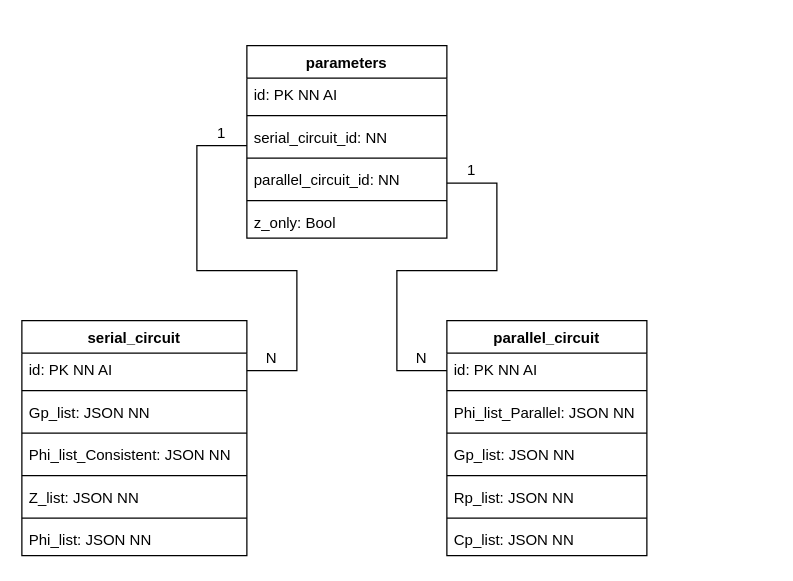
HeisPovedim/diplom-P419-E7-30 keeps this draw.io diagram as Documentation/Oleg/Charts/ER Диаграмма.drawio. Above is the earlier version. Source tidied: cells renumbered, new cells numbered last; positions are measured from the earlier drawing's top-left corner, leaving out a move shared by most shapes. Both pictures are drawn from the tidied source at 125%, with x=0, y=0 at pixel (21, 45).
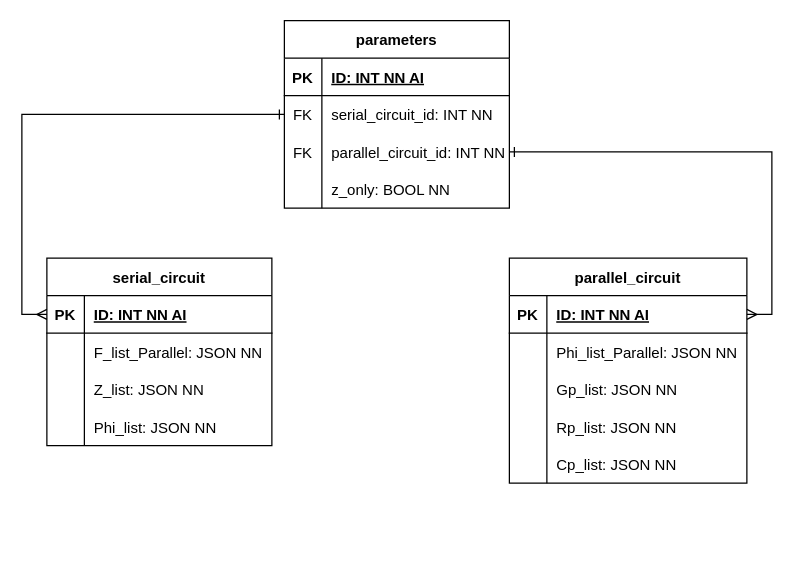
The same page after the edit.

Change to the diagram source:
```diff
@@
+    <mxCell id="22" value="parameters" style="shape=table;startSize=30;childLayout=tableLayout;rowLines=0;fontStyle=1;align=center;" parent="1" vertex="1">
+      <mxGeometry x="210" y="-20" width="180" height="150" as="geometry" />
+    </mxCell>
+    <mxCell id="36" style="shape=tableRow;horizontal=0;startSize=0;swimlaneHead=0;swimlaneBody=0;fillColor=none;top=0;left=0;right=0;bottom=1;" parent="22" vertex="1">
+      <mxGeometry y="30" width="180" height="30" as="geometry" />
+    </mxCell>
+    <mxCell id="37" value="PK" style="shape=partialRectangle;fillColor=none;top=0;left=0;bottom=0;right=0;fontStyle=1;overflow=hidden;" parent="36" vertex="1">
+      <mxGeometry width="30" height="30" as="geometry" />
+    </mxCell>
+    <mxCell id="38" value="ID: INT NN AI" style="shape=partialRectangle;fillColor=none;top=0;left=0;bottom=0;right=0;align=left;spacingLeft=6;fontStyle=5;overflow=hidden;" parent="36" vertex="1">
+      <mxGeometry x="30" width="150" height="30" as="geometry" />
+    </mxCell>
+    <mxCell id="39" style="shape=tableRow;horizontal=0;startSize=0;swimlaneHead=0;swimlaneBody=0;fillColor=none;points=[[0,0.5],[1,0.5]];portConstraint=eastwest;top=0;left=0;right=0;bottom=0;" parent="22" vertex="1">
+      <mxGeometry y="60" width="180" height="30" as="geometry" />
+    </mxCell>
+    <mxCell id="40" value="FK" style="shape=partialRectangle;fillColor=none;top=0;left=0;bottom=0;right=0;overflow=hidden;" parent="39" vertex="1">
+      <mxGeometry width="30" height="30" as="geometry" />
+    </mxCell>
+    <mxCell id="41" value="serial_circuit_id: INT NN" style="shape=partialRectangle;fillColor=none;top=0;left=0;bottom=0;right=0;align=left;spacingLeft=6;overflow=hidden;" parent="39" vertex="1">
+      <mxGeometry x="30" width="150" height="30" as="geometry" />
+    </mxCell>
+    <mxCell id="42" style="shape=tableRow;horizontal=0;startSize=0;swimlaneHead=0;swimlaneBody=0;fillColor=none;points=[[0,0.5],[1,0.5]];portConstraint=eastwest;top=0;left=0;right=0;bottom=0;" parent="22" vertex="1">
+      <mxGeometry y="90" width="180" height="30" as="geometry" />
+    </mxCell>
+    <mxCell id="43" value="FK" style="shape=partialRectangle;fillColor=none;top=0;left=0;bottom=0;right=0;overflow=hidden;" parent="42" vertex="1">
+      <mxGeometry width="30" height="30" as="geometry" />
+    </mxCell>
+    <mxCell id="44" value="parallel_circuit_id: INT NN" style="shape=partialRectangle;fillColor=none;top=0;left=0;bottom=0;right=0;align=left;spacingLeft=6;overflow=hidden;" parent="42" vertex="1">
+      <mxGeometry x="30" width="150" height="30" as="geometry" />
+    </mxCell>
+    <mxCell id="45" style="shape=tableRow;horizontal=0;startSize=0;swimlaneHead=0;swimlaneBody=0;fillColor=none;top=0;left=0;right=0;bottom=0;" parent="22" vertex="1">
+      <mxGeometry y="120" width="180" height="30" as="geometry" />
+    </mxCell>
+    <mxCell id="46" style="shape=partialRectangle;fillColor=none;top=0;left=0;bottom=0;right=0;overflow=hidden;" parent="45" vertex="1">
+      <mxGeometry width="30" height="30" as="geometry" />
+    </mxCell>
+    <mxCell id="47" value="z_only: BOOL NN" style="shape=partialRectangle;fillColor=none;top=0;left=0;bottom=0;right=0;align=left;spacingLeft=6;overflow=hidden;" parent="45" vertex="1">
+      <mxGeometry x="30" width="150" height="30" as="geometry" />
+    </mxCell>
+    <mxCell id="12" value="parallel_circuit" style="shape=table;startSize=30;childLayout=tableLayout;rowLines=0;fontStyle=1;align=center;" parent="1" vertex="1">
+      <mxGeometry x="390" y="170" width="190" height="180" as="geometry" />
+    </mxCell>
+    <mxCell id="48" style="shape=tableRow;horizontal=0;startSize=0;swimlaneHead=0;swimlaneBody=0;fillColor=none;points=[[0,0.5],[1,0.5]];portConstraint=eastwest;top=0;left=0;right=0;bottom=1;" parent="12" vertex="1">
+      <mxGeometry y="30" width="190" height="30" as="geometry" />
+    </mxCell>
+    <mxCell id="49" value="PK" style="shape=partialRectangle;fillColor=none;top=0;left=0;bottom=0;right=0;fontStyle=1;overflow=hidden;" parent="48" vertex="1">
+      <mxGeometry width="30" height="30" as="geometry" />
+    </mxCell>
+    <mxCell id="50" value="ID: INT NN AI" style="shape=partialRectangle;fillColor=none;top=0;left=0;bottom=0;right=0;align=left;spacingLeft=6;fontStyle=5;overflow=hidden;" parent="48" vertex="1">
+      <mxGeometry x="30" width="160" height="30" as="geometry" />
+    </mxCell>
+    <mxCell id="51" style="shape=tableRow;horizontal=0;startSize=0;swimlaneHead=0;swimlaneBody=0;fillColor=none;top=0;left=0;right=0;bottom=0;" parent="12" vertex="1">
+      <mxGeometry y="60" width="190" height="30" as="geometry" />
+    </mxCell>
+    <mxCell id="52" style="shape=partialRectangle;fillColor=none;top=0;left=0;bottom=0;right=0;overflow=hidden;" parent="51" vertex="1">
+      <mxGeometry width="30" height="30" as="geometry" />
+    </mxCell>
+    <mxCell id="15" value="Phi_list_Parallel: JSON NN" style="shape=partialRectangle;fillColor=none;top=0;left=0;bottom=0;right=0;align=left;spacingLeft=6;overflow=hidden;" parent="51" vertex="1">
+      <mxGeometry x="30" width="160" height="30" as="geometry" />
+    </mxCell>
+    <mxCell id="53" style="shape=tableRow;horizontal=0;startSize=0;swimlaneHead=0;swimlaneBody=0;fillColor=none;top=0;left=0;right=0;bottom=0;" parent="12" vertex="1">
+      <mxGeometry y="90" width="190" height="30" as="geometry" />
+    </mxCell>
+    <mxCell id="54" style="shape=partialRectangle;fillColor=none;top=0;left=0;bottom=0;right=0;overflow=hidden;" parent="53" vertex="1">
+      <mxGeometry width="30" height="30" as="geometry" />
+    </mxCell>
+    <mxCell id="55" value="Gp_list: JSON NN" style="shape=partialRectangle;fillColor=none;top=0;left=0;bottom=0;right=0;align=left;spacingLeft=6;overflow=hidden;" parent="53" vertex="1">
+      <mxGeometry x="30" width="160" height="30" as="geometry" />
+    </mxCell>
+    <mxCell id="56" style="shape=tableRow;horizontal=0;startSize=0;swimlaneHead=0;swimlaneBody=0;fillColor=none;top=0;left=0;right=0;bottom=0;" parent="12" vertex="1">
+      <mxGeometry y="120" width="190" height="30" as="geometry" />
+    </mxCell>
+    <mxCell id="57" style="shape=partialRectangle;fillColor=none;top=0;left=0;bottom=0;right=0;overflow=hidden;" parent="56" vertex="1">
+      <mxGeometry width="30" height="30" as="geometry" />
+    </mxCell>
+    <mxCell id="19" value="Rp_list: JSON NN" style="shape=partialRectangle;fillColor=none;top=0;left=0;bottom=0;right=0;align=left;spacingLeft=6;overflow=hidden;" parent="56" vertex="1">
+      <mxGeometry x="30" width="160" height="30" as="geometry" />
+    </mxCell>
+    <mxCell id="58" style="shape=tableRow;horizontal=0;startSize=0;swimlaneHead=0;swimlaneBody=0;fillColor=none;top=0;left=0;right=0;bottom=0;" parent="12" vertex="1">
+      <mxGeometry y="150" width="190" height="30" as="geometry" />
+    </mxCell>
+    <mxCell id="59" style="shape=partialRectangle;fillColor=none;top=0;left=0;bottom=0;right=0;overflow=hidden;" parent="58" vertex="1">
+      <mxGeometry width="30" height="30" as="geometry" />
+    </mxCell>
+    <mxCell id="21" value="Cp_list: JSON NN" style="shape=partialRectangle;fillColor=none;top=0;left=0;bottom=0;right=0;align=left;spacingLeft=6;overflow=hidden;" parent="58" vertex="1">
+      <mxGeometry x="30" width="160" height="30" as="geometry" />
+    </mxCell>
-    <mxCell id="2" value="serial_circuit" style="swimlane;fontStyle=1;align=center;verticalAlign=top;horizontal=1;startSize=26;whiteSpace=wrap;html=1;" parent="1" vertex="1">
-      <mxGeometry y="220" width="180" height="188" as="geometry" />
+    <mxCell id="2" value="serial_circuit" style="shape=table;startSize=30;childLayout=tableLayout;rowLines=0;fontStyle=1;align=center;" parent="1" vertex="1">
+      <mxGeometry x="20" y="170" width="180" height="150" as="geometry" />
     </mxCell>
-    <mxCell id="3" value="id: PK NN AI" style="text;align=left;verticalAlign=top;spacingLeft=4;spacingRight=4;overflow=hidden;points=[[0,0.5],[1,0.5]];portConstraint=eastwest;whiteSpace=wrap;html=1;" parent="2" vertex="1">
-      <mxGeometry y="26" width="180" height="26" as="geometry" />
-    </mxCell>
-    <mxCell id="4" style="line;strokeWidth=1;align=left;verticalAlign=middle;spacingTop=-1;spacingLeft=3;spacingRight=3;labelPosition=right;" parent="2" vertex="1">
-      <mxGeometry y="52" width="180" height="8" as="geometry" />
-    </mxCell>
-    <mxCell id="5" value="Gp_list: JSON NN" style="text;align=left;verticalAlign=top;spacingLeft=4;spacingRight=4;overflow=hidden;whiteSpace=wrap;html=1;" parent="2" vertex="1">
-      <mxGeometry y="60" width="180" height="26" as="geometry" />
-    </mxCell>
-    <mxCell id="6" style="line;strokeWidth=1;align=left;verticalAlign=middle;spacingTop=-1;spacingLeft=3;spacingRight=3;labelPosition=right;" parent="2" vertex="1">
-      <mxGeometry y="86" width="180" height="8" as="geometry" />
-    </mxCell>
-    <mxCell id="7" value="Phi_list_Consistent: JSON&amp;nbsp;NN" style="text;align=left;verticalAlign=top;spacingLeft=4;spacingRight=4;overflow=hidden;whiteSpace=wrap;html=1;" parent="2" vertex="1">
-      <mxGeometry y="94" width="180" height="26" as="geometry" />
-    </mxCell>
-    <mxCell id="8" style="line;strokeWidth=1;align=left;verticalAlign=middle;spacingTop=-1;spacingLeft=3;spacingRight=3;labelPosition=right;" parent="2" vertex="1">
-      <mxGeometry y="120" width="180" height="8" as="geometry" />
-    </mxCell>
+    <mxCell id="60" style="shape=tableRow;horizontal=0;startSize=0;swimlaneHead=0;swimlaneBody=0;fillColor=none;points=[[0,0.5],[1,0.5]];portConstraint=eastwest;top=0;left=0;right=0;bottom=1;" parent="2" vertex="1">
+      <mxGeometry y="30" width="180" height="30" as="geometry" />
+    </mxCell>
+    <mxCell id="61" value="PK" style="shape=partialRectangle;fillColor=none;top=0;left=0;bottom=0;right=0;fontStyle=1;overflow=hidden;" parent="60" vertex="1">
+      <mxGeometry width="30" height="30" as="geometry" />
+    </mxCell>
+    <mxCell id="62" value="ID: INT NN AI" style="shape=partialRectangle;fillColor=none;top=0;left=0;bottom=0;right=0;align=left;spacingLeft=6;fontStyle=5;overflow=hidden;" parent="60" vertex="1">
+      <mxGeometry x="30" width="150" height="30" as="geometry" />
+    </mxCell>
+    <mxCell id="63" style="shape=tableRow;horizontal=0;startSize=0;swimlaneHead=0;swimlaneBody=0;fillColor=none;top=0;left=0;right=0;bottom=0;" parent="2" vertex="1">
+      <mxGeometry y="60" width="180" height="30" as="geometry" />
+    </mxCell>
+    <mxCell id="64" style="shape=partialRectangle;fillColor=none;top=0;left=0;bottom=0;right=0;overflow=hidden;" parent="63" vertex="1">
+      <mxGeometry width="30" height="30" as="geometry" />
+    </mxCell>
+    <mxCell id="65" value="F_list_Parallel: JSON NN" style="shape=partialRectangle;fillColor=none;top=0;left=0;bottom=0;right=0;align=left;spacingLeft=6;overflow=hidden;" parent="63" vertex="1">
+      <mxGeometry x="30" width="150" height="30" as="geometry" />
+    </mxCell>
+    <mxCell id="66" style="shape=tableRow;horizontal=0;startSize=0;swimlaneHead=0;swimlaneBody=0;fillColor=none;top=0;left=0;right=0;bottom=0;" parent="2" vertex="1">
+      <mxGeometry y="90" width="180" height="30" as="geometry" />
+    </mxCell>
+    <mxCell id="67" style="shape=partialRectangle;fillColor=none;top=0;left=0;bottom=0;right=0;overflow=hidden;" parent="66" vertex="1">
+      <mxGeometry width="30" height="30" as="geometry" />
+    </mxCell>
-    <mxCell id="9" value="Z_list: JSON&amp;nbsp;NN" style="text;align=left;verticalAlign=top;spacingLeft=4;spacingRight=4;overflow=hidden;whiteSpace=wrap;html=1;" parent="2" vertex="1">
-      <mxGeometry y="128" width="180" height="26" as="geometry" />
+    <mxCell id="9" value="Z_list: JSON NN" style="shape=partialRectangle;fillColor=none;top=0;left=0;bottom=0;right=0;align=left;spacingLeft=6;overflow=hidden;" parent="66" vertex="1">
+      <mxGeometry x="30" width="150" height="30" as="geometry" />
     </mxCell>
-    <mxCell id="10" style="line;strokeWidth=1;align=left;verticalAlign=middle;spacingTop=-1;spacingLeft=3;spacingRight=3;labelPosition=right;" parent="2" vertex="1">
-      <mxGeometry y="154" width="180" height="8" as="geometry" />
-    </mxCell>
+    <mxCell id="68" style="shape=tableRow;horizontal=0;startSize=0;swimlaneHead=0;swimlaneBody=0;fillColor=none;top=0;left=0;right=0;bottom=0;" parent="2" vertex="1">
+      <mxGeometry y="120" width="180" height="30" as="geometry" />
+    </mxCell>
+    <mxCell id="69" style="shape=partialRectangle;fillColor=none;top=0;left=0;bottom=0;right=0;overflow=hidden;" parent="68" vertex="1">
+      <mxGeometry width="30" height="30" as="geometry" />
+    </mxCell>
-    <mxCell id="11" value="Phi_list: JSON&amp;nbsp;NN" style="text;align=left;verticalAlign=top;spacingLeft=4;spacingRight=4;overflow=hidden;whiteSpace=wrap;html=1;" parent="2" vertex="1">
-      <mxGeometry y="162" width="180" height="26" as="geometry" />
+    <mxCell id="11" value="Phi_list: JSON NN" style="shape=partialRectangle;fillColor=none;top=0;left=0;bottom=0;right=0;align=left;spacingLeft=6;overflow=hidden;" parent="68" vertex="1">
+      <mxGeometry x="30" width="150" height="30" as="geometry" />
     </mxCell>
-    <mxCell id="12" value="parallel_circuit" style="swimlane;fontStyle=1;align=center;verticalAlign=top;horizontal=1;startSize=26;whiteSpace=wrap;html=1;" parent="1" vertex="1">
-      <mxGeometry x="340" y="220" width="160" height="188" as="geometry" />
-    </mxCell>
-    <mxCell id="13" value="id: PK NN AI" style="text;align=left;verticalAlign=top;spacingLeft=4;spacingRight=4;overflow=hidden;whiteSpace=wrap;html=1;" parent="12" vertex="1">
-      <mxGeometry y="26" width="160" height="26" as="geometry" />
-    </mxCell>
-    <mxCell id="14" style="line;strokeWidth=1;align=left;verticalAlign=middle;spacingTop=-1;spacingLeft=3;spacingRight=3;labelPosition=right;" parent="12" vertex="1">
-      <mxGeometry y="52" width="160" height="8" as="geometry" />
-    </mxCell>
-    <mxCell id="15" value="Phi_list_Parallel: JSON&amp;nbsp;NN" style="text;align=left;verticalAlign=top;spacingLeft=4;spacingRight=4;overflow=hidden;whiteSpace=wrap;html=1;" parent="12" vertex="1">
-      <mxGeometry y="60" width="160" height="26" as="geometry" />
-    </mxCell>
-    <mxCell id="16" style="line;strokeWidth=1;align=left;verticalAlign=middle;spacingTop=-1;spacingLeft=3;spacingRight=3;labelPosition=right;" parent="12" vertex="1">
-      <mxGeometry y="86" width="160" height="8" as="geometry" />
-    </mxCell>
-    <mxCell id="17" value="Gp_list: JSON NN" style="text;align=left;verticalAlign=top;spacingLeft=4;spacingRight=4;overflow=hidden;whiteSpace=wrap;html=1;" parent="12" vertex="1">
-      <mxGeometry y="94" width="160" height="26" as="geometry" />
-    </mxCell>
-    <mxCell id="18" style="line;strokeWidth=1;align=left;verticalAlign=middle;spacingTop=-1;spacingLeft=3;spacingRight=3;labelPosition=right;" parent="12" vertex="1">
-      <mxGeometry y="120" width="160" height="8" as="geometry" />
-    </mxCell>
-    <mxCell id="19" value="Rp_list: JSON&amp;nbsp;NN" style="text;align=left;verticalAlign=top;spacingLeft=4;spacingRight=4;overflow=hidden;whiteSpace=wrap;html=1;" parent="12" vertex="1">
-      <mxGeometry y="128" width="160" height="26" as="geometry" />
-    </mxCell>
-    <mxCell id="20" style="line;strokeWidth=1;align=left;verticalAlign=middle;spacingTop=-1;spacingLeft=3;spacingRight=3;labelPosition=right;" parent="12" vertex="1">
-      <mxGeometry y="154" width="160" height="8" as="geometry" />
-    </mxCell>
-    <mxCell id="21" value="Cp_list: JSON&amp;nbsp;NN" style="text;align=left;verticalAlign=top;spacingLeft=4;spacingRight=4;overflow=hidden;whiteSpace=wrap;html=1;" parent="12" vertex="1">
-      <mxGeometry y="162" width="160" height="26" as="geometry" />
-    </mxCell>
-    <mxCell id="22" value="parameters" style="swimlane;fontStyle=1;align=center;verticalAlign=top;horizontal=1;startSize=26;whiteSpace=wrap;html=1;" parent="1" vertex="1">
-      <mxGeometry x="180" width="160" height="154" as="geometry" />
-    </mxCell>
-    <mxCell id="23" value="id: PK NN AI" style="text;align=left;verticalAlign=top;spacingLeft=4;spacingRight=4;overflow=hidden;whiteSpace=wrap;html=1;" parent="22" vertex="1">
-      <mxGeometry y="26" width="160" height="26" as="geometry" />
-    </mxCell>
-    <mxCell id="24" style="line;strokeWidth=1;align=left;verticalAlign=middle;spacingTop=-1;spacingLeft=3;spacingRight=3;labelPosition=right;" parent="22" vertex="1">
-      <mxGeometry y="52" width="160" height="8" as="geometry" />
-    </mxCell>
-    <mxCell id="25" value="serial_circuit_id: NN" style="text;align=left;verticalAlign=top;spacingLeft=4;spacingRight=4;overflow=hidden;points=[[0,0.5],[1,0.5]];portConstraint=eastwest;whiteSpace=wrap;html=1;" parent="22" vertex="1">
-      <mxGeometry y="60" width="160" height="26" as="geometry" />
-    </mxCell>
-    <mxCell id="26" style="line;strokeWidth=1;align=left;verticalAlign=middle;spacingTop=-1;spacingLeft=3;spacingRight=3;labelPosition=right;" parent="22" vertex="1">
-      <mxGeometry y="86" width="160" height="8" as="geometry" />
-    </mxCell>
-    <mxCell id="27" value="parallel_circuit_id: NN" style="text;align=left;verticalAlign=top;spacingLeft=4;spacingRight=4;overflow=hidden;whiteSpace=wrap;html=1;" parent="22" vertex="1">
-      <mxGeometry y="94" width="160" height="26" as="geometry" />
-    </mxCell>
-    <mxCell id="28" style="line;strokeWidth=1;align=left;verticalAlign=middle;spacingTop=-1;spacingLeft=3;spacingRight=3;labelPosition=right;" parent="22" vertex="1">
-      <mxGeometry y="120" width="160" height="8" as="geometry" />
-    </mxCell>
-    <mxCell id="29" value="z_only: Bool" style="text;align=left;verticalAlign=top;spacingLeft=4;spacingRight=4;overflow=hidden;whiteSpace=wrap;html=1;" parent="22" vertex="1">
-      <mxGeometry y="128" width="160" height="26" as="geometry" />
-    </mxCell>
-    <mxCell id="30" style="endArrow=none;html=1;rounded=0;" parent="1" edge="1">
-      <mxGeometry relative="1" as="geometry">
-        <mxPoint x="340" y="110" as="sourcePoint" />
-        <mxPoint x="340" y="260" as="targetPoint" />
-        <Array as="points">
-          <mxPoint x="380" y="110" />
-          <mxPoint x="380" y="180" />
-          <mxPoint x="300" y="180" />
-          <mxPoint x="300" y="220" />
-          <mxPoint x="300" y="260" />
-        </Array>
-      </mxGeometry>
-    </mxCell>
-    <mxCell id="31" value="1" style="text;html=1;align=center;verticalAlign=middle;whiteSpace=wrap;rounded=0;" parent="1" vertex="1">
-      <mxGeometry x="350" y="90" width="20" height="20" as="geometry" />
-    </mxCell>
-    <mxCell id="32" value="N" style="text;html=1;align=center;verticalAlign=middle;whiteSpace=wrap;rounded=0;" parent="1" vertex="1">
-      <mxGeometry x="310" y="240" width="20" height="20" as="geometry" />
-    </mxCell>
-    <mxCell id="33" style="endArrow=none;html=1;rounded=0;exitX=1;exitY=0.538;exitDx=0;exitDy=0;entryX=0;entryY=0.769;entryDx=0;entryDy=0;entryPerimeter=0;exitPerimeter=0;" parent="1" edge="1" source="3" target="25">
-      <mxGeometry relative="1" as="geometry">
-        <Array as="points">
-          <mxPoint x="220" y="260" />
-          <mxPoint x="220" y="180" />
-          <mxPoint x="140" y="180" />
-          <mxPoint x="140" y="80" />
-        </Array>
-      </mxGeometry>
-    </mxCell>
-    <mxCell id="34" value="1" style="text;html=1;align=center;verticalAlign=middle;whiteSpace=wrap;rounded=0;" parent="1" vertex="1">
-      <mxGeometry x="150" y="60" width="20" height="20" as="geometry" />
-    </mxCell>
-    <mxCell id="35" value="N" style="text;html=1;align=center;verticalAlign=middle;whiteSpace=wrap;rounded=0;" parent="1" vertex="1">
-      <mxGeometry x="190" y="240" width="20" height="20" as="geometry" />
-    </mxCell>
+    <mxCell id="70" style="edgeStyle=orthogonalEdgeStyle;rounded=0;jettySize=auto;html=1;exitX=0;exitY=0.5;exitDx=0;exitDy=0;entryX=0;entryY=0.5;entryDx=0;entryDy=0;endArrow=ERone;endFill=0;startArrow=ERmany;startFill=0;" parent="1" edge="1" source="60" target="39">
+      <mxGeometry relative="1" as="geometry" />
+    </mxCell>
+    <mxCell id="71" style="edgeStyle=orthogonalEdgeStyle;rounded=0;jettySize=auto;html=1;exitX=1;exitY=0.5;exitDx=0;exitDy=0;entryX=1;entryY=0.5;entryDx=0;entryDy=0;startArrow=ERmany;startFill=0;endArrow=ERone;endFill=0;" parent="1" edge="1" source="48" target="42">
+      <mxGeometry relative="1" as="geometry" />
+    </mxCell>
```
